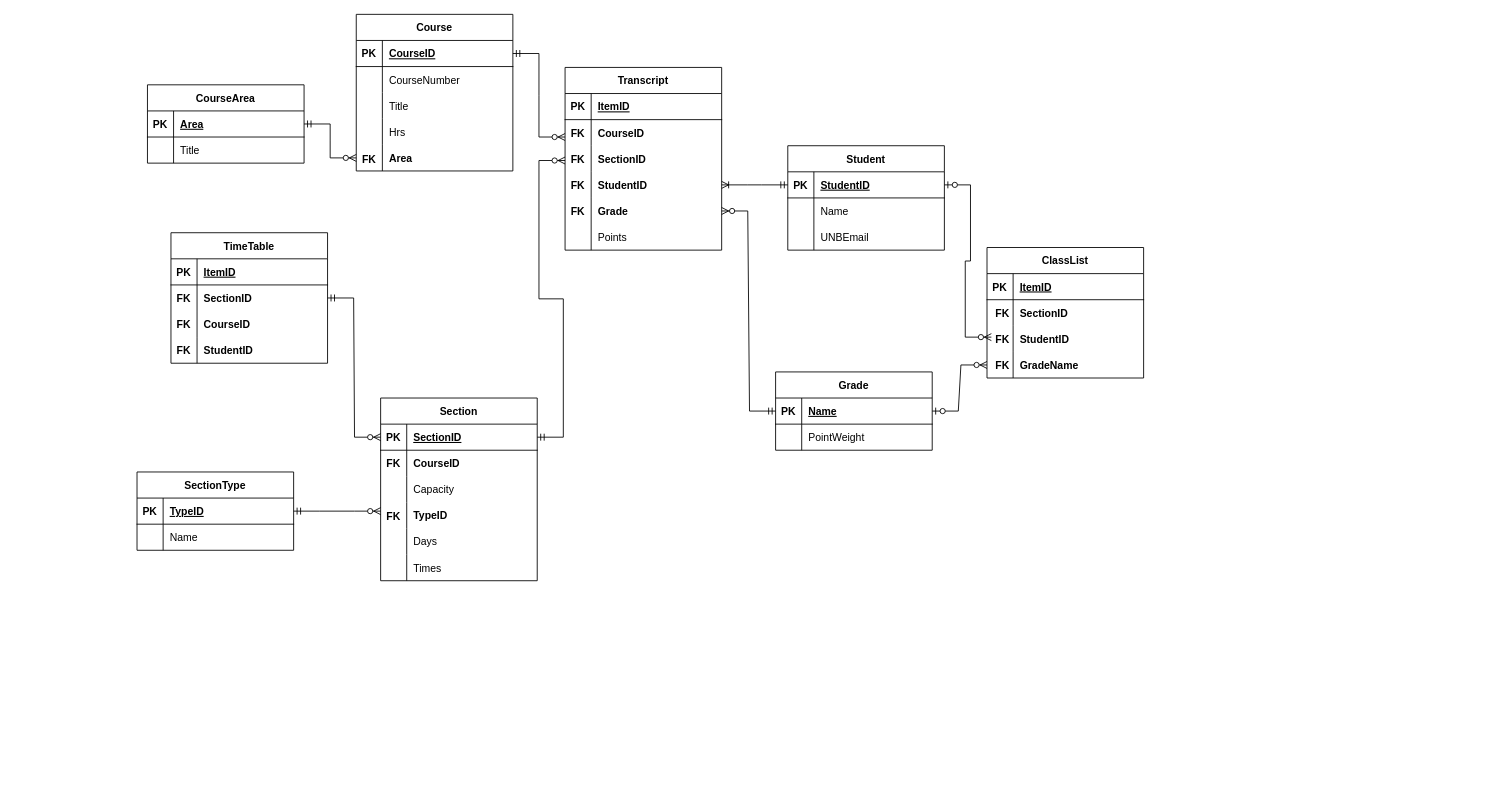
The draw.io diagram Copy of Untitled Diagram.drawio in EdungDivinefavour/LawreneEdung, before the edit. Source tidied: cells renumbered, new cells numbered last; positions are measured from the earlier drawing's top-left corner, leaving out a move shared by most shapes. Both pictures are drawn from the tidied source at 87%, with x=0, y=0 at pixel (137, 14).
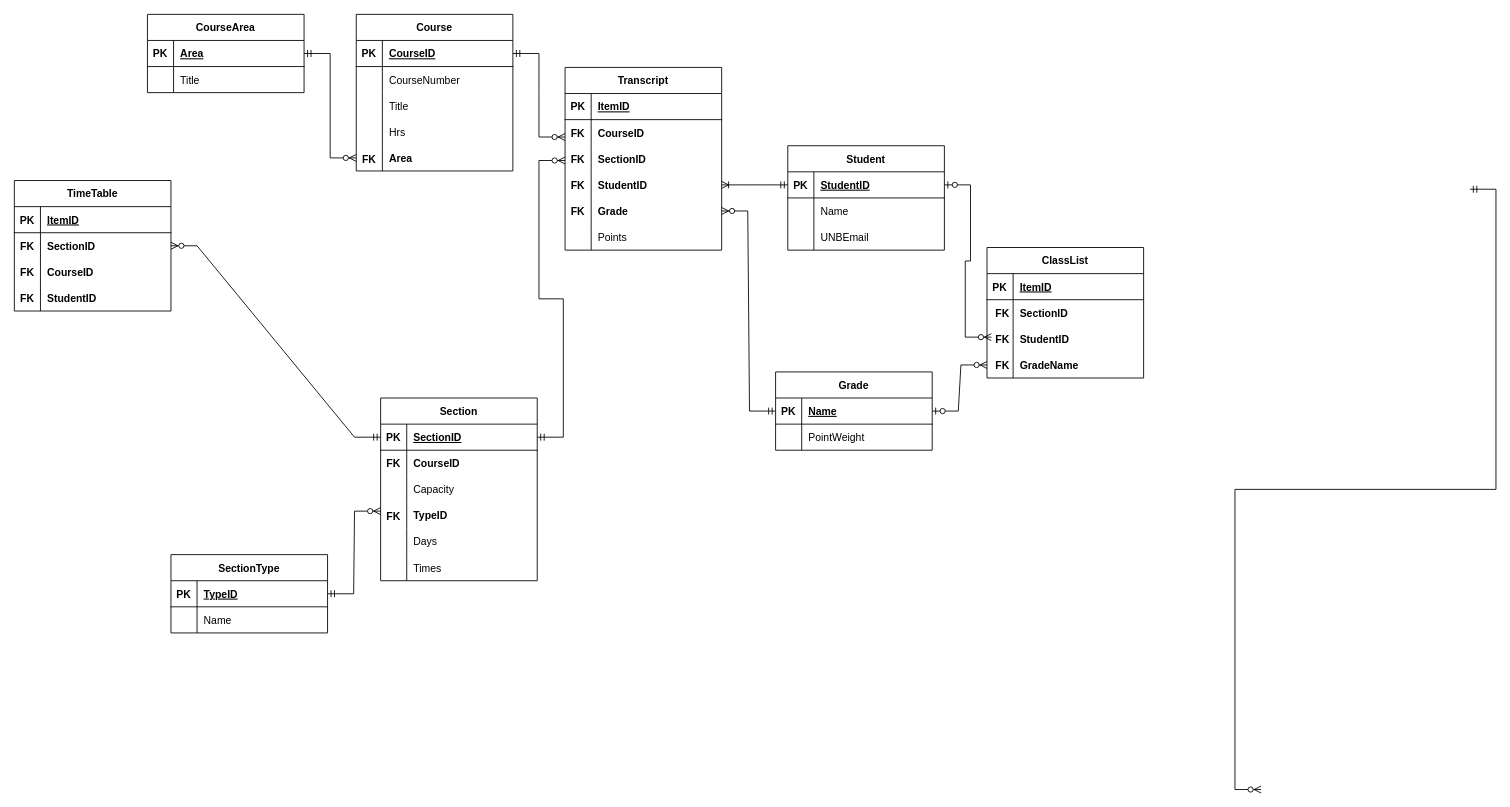
The same diagram, later.

Unchanged cells that the change refers to:
```xml
<mxCell id="6" style="shape=tableRow;horizontal=0;startSize=0;swimlaneHead=0;swimlaneBody=0;fillColor=none;points=[[0,0.5],[1,0.5]];portConstraint=eastwest;top=0;left=0;right=0;bottom=0;" parent="2" vertex="1">
  <mxGeometry y="60" width="180" height="30" as="geometry" />
</mxCell>
<mxCell id="64" style="shape=tableRow;horizontal=0;startSize=0;swimlaneHead=0;swimlaneBody=0;fillColor=none;points=[[0,0.5],[1,0.5]];portConstraint=eastwest;top=0;left=0;right=0;bottom=1;" parent="63" vertex="1">
  <mxGeometry y="30" width="180" height="30" as="geometry" />
</mxCell>
```

Diff of the diagram source:
```diff
@@
     <mxCell id="2" value="TimeTable" style="shape=table;startSize=30;childLayout=tableLayout;rowLines=0;fontStyle=1;align=center;" parent="1" vertex="1">
-      <mxGeometry x="39" y="251" width="180" height="150" as="geometry" />
+      <mxGeometry x="-141" y="191" width="180" height="150" as="geometry" />
     </mxCell>
@@
     <mxCell id="82" value="SectionType" style="shape=table;startSize=30;childLayout=tableLayout;rowLines=0;fontStyle=1;align=center;" parent="1" vertex="1">
-      <mxGeometry y="526" width="180" height="90" as="geometry" />
+      <mxGeometry x="39" y="621" width="180" height="90" as="geometry" />
     </mxCell>
@@
     <mxCell id="107" value="CourseArea" style="shape=table;startSize=30;childLayout=tableLayout;rowLines=0;fontStyle=1;align=center;" parent="1" vertex="1">
-      <mxGeometry x="12" y="81" width="180" height="90" as="geometry" />
+      <mxGeometry x="12" width="180" height="90" as="geometry" />
     </mxCell>
@@
     <mxCell id="131" value="FK" style="shape=partialRectangle;fillColor=none;top=0;left=0;bottom=0;right=0;fontStyle=1;overflow=hidden;" parent="1" vertex="1">
-      <mxGeometry x="39" y="311" width="30" height="30" as="geometry" />
+      <mxGeometry x="-141" y="251" width="30" height="30" as="geometry" />
     </mxCell>
     <mxCell id="132" value="FK" style="shape=partialRectangle;fillColor=none;top=0;left=0;bottom=0;right=0;fontStyle=1;overflow=hidden;" parent="1" vertex="1">
-      <mxGeometry x="39" y="341" width="30" height="30" as="geometry" />
+      <mxGeometry x="-141" y="281" width="30" height="30" as="geometry" />
     </mxCell>
     <mxCell id="133" value="FK" style="shape=partialRectangle;fillColor=none;top=0;left=0;bottom=0;right=0;fontStyle=1;overflow=hidden;" parent="1" vertex="1">
-      <mxGeometry x="39" y="371" width="30" height="30" as="geometry" />
+      <mxGeometry x="-141" y="311" width="30" height="30" as="geometry" />
     </mxCell>
-    <mxCell id="134" style="edgeStyle=entityRelationEdgeStyle;fontSize=12;html=1;endArrow=ERzeroToMany;startArrow=ERmandOne;rounded=0;entryX=0;entryY=0.5;entryDx=0;entryDy=0;exitX=1;exitY=0.5;exitDx=0;exitDy=0;" parent="1" edge="1" source="6" target="64">
+    <mxCell id="134" style="edgeStyle=entityRelationEdgeStyle;fontSize=12;html=1;endArrow=ERzeroToMany;startArrow=ERmandOne;rounded=0;entryX=1;entryY=0.5;entryDx=0;entryDy=0;exitX=0;exitY=0.5;exitDx=0;exitDy=0;" parent="1" edge="1" source="64" target="6">
       <mxGeometry relative="1" as="geometry" />
     </mxCell>
+    <mxCell id="135" style="edgeStyle=entityRelationEdgeStyle;fontSize=12;html=1;endArrow=ERzeroToMany;startArrow=ERmandOne;rounded=0;" parent="1" edge="1">
+      <mxGeometry relative="1" as="geometry">
+        <mxPoint x="1532" y="201" as="sourcePoint" />
+        <mxPoint x="1292" y="891" as="targetPoint" />
+      </mxGeometry>
+    </mxCell>
```
